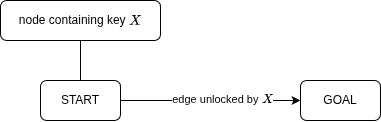
Before: thesis/thesis/assets/04/backtracking.drawio.png, a diagram exported from draw.io (bowl-of-rais/ma-thesis). Source tidied: cells renumbered, new cells last; positions are measured from the earlier drawing's top-left corner, leaving out a move shared by most shapes. Source of this version:
```xml
<mxGraphModel math="1">
  <root>
    <mxCell id="0" />
    <mxCell id="1" parent="0" />
    <mxCell id="2" style="edgeStyle=orthogonalEdgeStyle;rounded=0;jettySize=auto;html=1;exitX=1;exitY=0.5;exitDx=0;exitDy=0;entryX=0;entryY=0.5;entryDx=0;entryDy=0;" parent="1" edge="1" source="4" target="5">
      <mxGeometry relative="1" as="geometry" />
    </mxCell>
    <mxCell id="3" value="edge unlocked by \(X\)" style="edgeLabel;html=1;align=center;verticalAlign=middle;" parent="2" vertex="1">
      <mxGeometry x="0.13" y="1" relative="1" as="geometry" />
    </mxCell>
    <mxCell id="4" value="START" style="rounded=1;whiteSpace=wrap;html=1;perimeterSpacing=0;" parent="1" vertex="1">
      <mxGeometry x="40" y="80" width="80" height="40" as="geometry" />
    </mxCell>
    <mxCell id="5" value="GOAL" style="rounded=1;whiteSpace=wrap;html=1;" parent="1" vertex="1">
      <mxGeometry x="300" y="80" width="80" height="40" as="geometry" />
    </mxCell>
    <mxCell id="6" style="edgeStyle=orthogonalEdgeStyle;rounded=0;jettySize=auto;html=1;exitX=0.5;exitY=1;exitDx=0;exitDy=0;entryX=0.5;entryY=0;entryDx=0;entryDy=0;endArrow=none;endFill=0;" parent="1" edge="1" source="7" target="4">
      <mxGeometry relative="1" as="geometry" />
    </mxCell>
    <mxCell id="7" value="node containing key \(X\)" style="rounded=1;whiteSpace=wrap;html=1;" parent="1" vertex="1">
      <mxGeometry width="160" height="40" as="geometry" />
    </mxCell>
  </root>
</mxGraphModel>
```
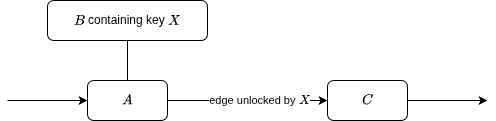
Above is the later version.

What changed in the source:
```diff
@@ -8,17 +8,27 @@
     <mxCell id="3" value="edge unlocked by \(X\)" style="edgeLabel;html=1;align=center;verticalAlign=middle;" parent="2" vertex="1">
       <mxGeometry x="0.13" y="1" relative="1" as="geometry" />
     </mxCell>
-    <mxCell id="4" value="START" style="rounded=1;whiteSpace=wrap;html=1;perimeterSpacing=0;" parent="1" vertex="1">
+    <mxCell id="4" value="\(A\)" style="rounded=1;whiteSpace=wrap;html=1;perimeterSpacing=0;" parent="1" vertex="1">
       <mxGeometry x="40" y="80" width="80" height="40" as="geometry" />
     </mxCell>
-    <mxCell id="5" value="GOAL" style="rounded=1;whiteSpace=wrap;html=1;" parent="1" vertex="1">
-      <mxGeometry x="300" y="80" width="80" height="40" as="geometry" />
+    <mxCell id="5" value="\(C\)" style="rounded=1;whiteSpace=wrap;html=1;" parent="1" vertex="1">
+      <mxGeometry x="280" y="80" width="80" height="40" as="geometry" />
     </mxCell>
     <mxCell id="6" style="edgeStyle=orthogonalEdgeStyle;rounded=0;jettySize=auto;html=1;exitX=0.5;exitY=1;exitDx=0;exitDy=0;entryX=0.5;entryY=0;entryDx=0;entryDy=0;endArrow=none;endFill=0;" parent="1" edge="1" source="7" target="4">
       <mxGeometry relative="1" as="geometry" />
     </mxCell>
-    <mxCell id="7" value="node containing key \(X\)" style="rounded=1;whiteSpace=wrap;html=1;" parent="1" vertex="1">
+    <mxCell id="7" value="\(B\) containing key \(X\)" style="rounded=1;whiteSpace=wrap;html=1;" parent="1" vertex="1">
       <mxGeometry width="160" height="40" as="geometry" />
     </mxCell>
+    <mxCell id="8" style="endArrow=classic;html=1;rounded=0;entryX=0;entryY=0.5;entryDx=0;entryDy=0;" parent="1" edge="1" target="4">
+      <mxGeometry relative="1" as="geometry">
+        <mxPoint x="-40" y="100" as="sourcePoint" />
+      </mxGeometry>
+    </mxCell>
+    <mxCell id="9" style="endArrow=classic;html=1;rounded=0;exitX=1;exitY=0.5;exitDx=0;exitDy=0;" parent="1" edge="1" source="5">
+      <mxGeometry relative="1" as="geometry">
+        <mxPoint x="440" y="100" as="targetPoint" />
+      </mxGeometry>
+    </mxCell>
   </root>
 </mxGraphModel>
```
